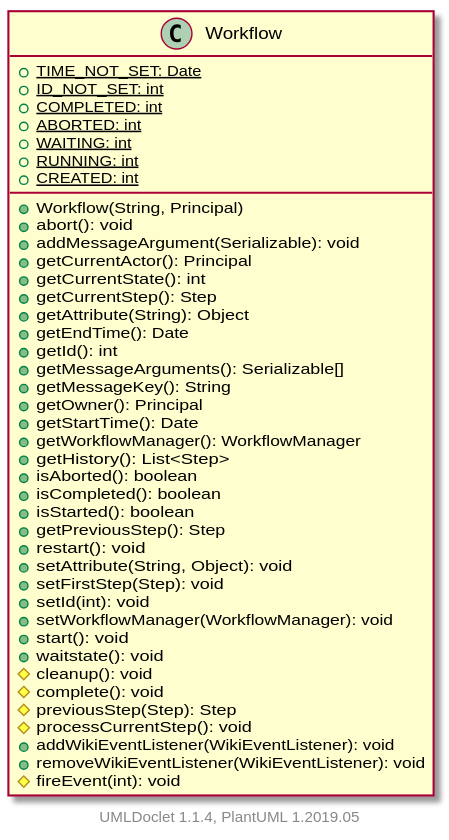
Above: apidocs/2.11.0.M7-SNAPSHOT/org/apache/wiki/workflow/Workflow.svg in apache/jspwiki-site (PlantUML), before the change. The source it was exported from:
```plantuml
@startuml

    class Workflow [[Workflow.html]] {
        {static} +TIME_NOT_SET: Date
        {static} +ID_NOT_SET: int
        {static} +COMPLETED: int
        {static} +ABORTED: int
        {static} +WAITING: int
        {static} +RUNNING: int
        {static} +CREATED: int
        +Workflow(String, Principal)
        +abort(): void
        +addMessageArgument(Serializable): void
        +getCurrentActor(): Principal
        +getCurrentState(): int
        +getCurrentStep(): Step
        +getAttribute(String): Object
        +getEndTime(): Date
        +getId(): int
        +getMessageArguments(): Serializable[]
        +getMessageKey(): String
        +getOwner(): Principal
        +getStartTime(): Date
        +getWorkflowManager(): WorkflowManager
        +getHistory(): List<Step>
        +isAborted(): boolean
        +isCompleted(): boolean
        +isStarted(): boolean
        +getPreviousStep(): Step
        +restart(): void
        +setAttribute(String, Object): void
        +setFirstStep(Step): void
        +setId(int): void
        +setWorkflowManager(WorkflowManager): void
        +start(): void
        +waitstate(): void
        #cleanup(): void
        #complete(): void
        #previousStep(Step): Step
        #processCurrentStep(): void
        +addWikiEventListener(WikiEventListener): void
        +removeWikiEventListener(WikiEventListener): void
        #fireEvent(int): void
    }


    center footer UMLDoclet 1.1.4, PlantUML 1.2019.05
@enduml
```
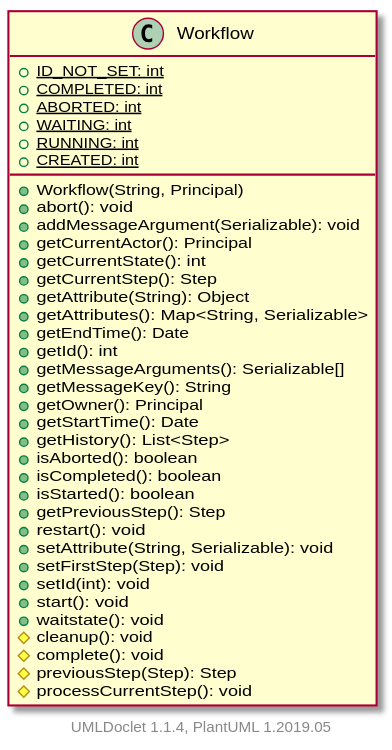
The same diagram one commit later.

The edit, as a diff of the source:
```diff
@@ -1,7 +1,6 @@
 @startuml
 
     class Workflow [[Workflow.html]] {
-        {static} +TIME_NOT_SET: Date
         {static} +ID_NOT_SET: int
         {static} +COMPLETED: int
         {static} +ABORTED: int
@@ -15,32 +14,28 @@
         +getCurrentState(): int
         +getCurrentStep(): Step
         +getAttribute(String): Object
+        +getAttributes(): Map<String, Serializable>
         +getEndTime(): Date
         +getId(): int
         +getMessageArguments(): Serializable[]
         +getMessageKey(): String
         +getOwner(): Principal
         +getStartTime(): Date
-        +getWorkflowManager(): WorkflowManager
         +getHistory(): List<Step>
         +isAborted(): boolean
         +isCompleted(): boolean
         +isStarted(): boolean
         +getPreviousStep(): Step
         +restart(): void
-        +setAttribute(String, Object): void
+        +setAttribute(String, Serializable): void
         +setFirstStep(Step): void
         +setId(int): void
-        +setWorkflowManager(WorkflowManager): void
         +start(): void
         +waitstate(): void
         #cleanup(): void
         #complete(): void
         #previousStep(Step): Step
         #processCurrentStep(): void
-        +addWikiEventListener(WikiEventListener): void
-        +removeWikiEventListener(WikiEventListener): void
-        #fireEvent(int): void
     }
 
 
```
